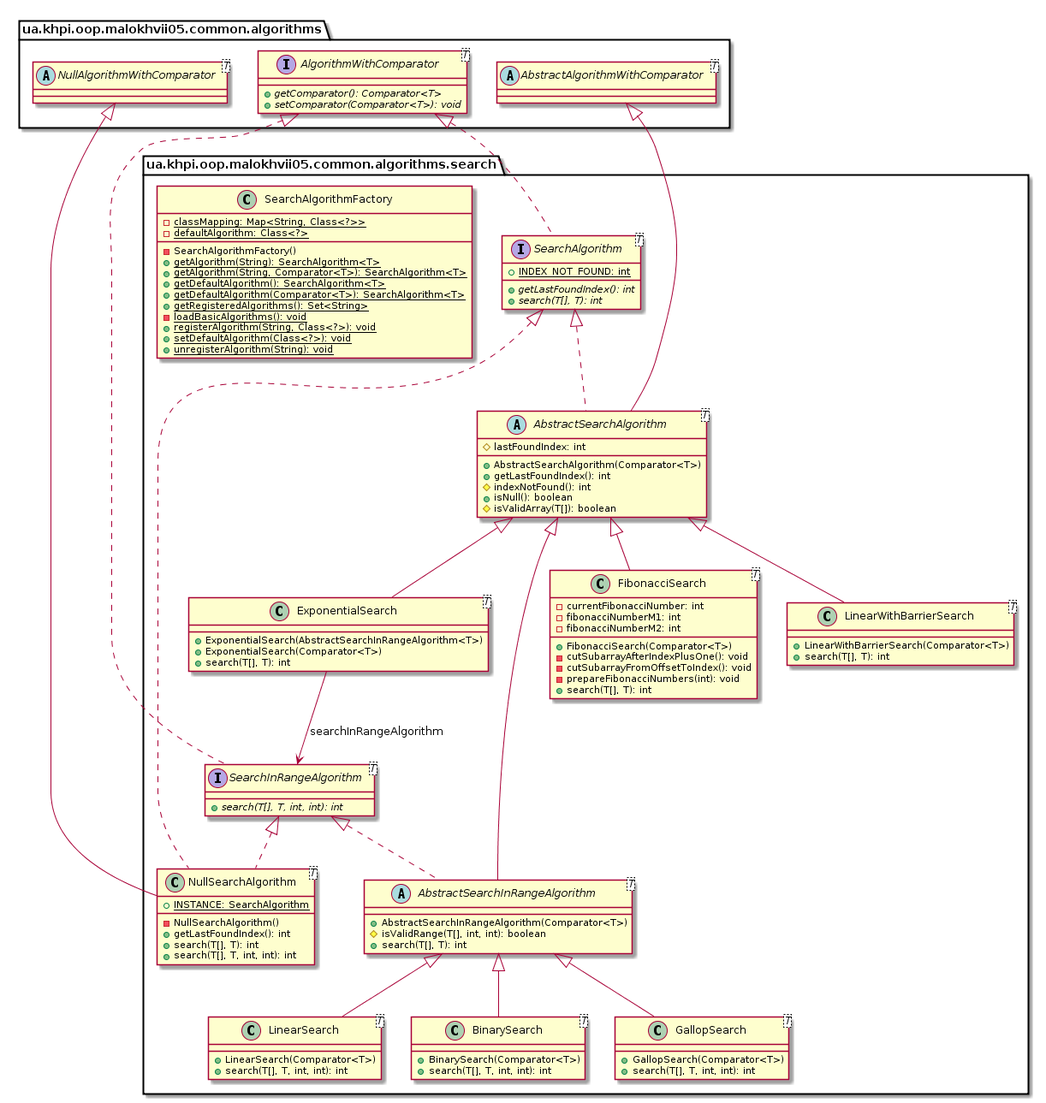
P-Kalin/kit26a keeps this PlantUML diagram as malokhvii-eduard/malokhvii05/doc/plantuml/png/ua.khpi.oop.malokhvii05.common.algorithms.search.package.png. Above is the earlier version.
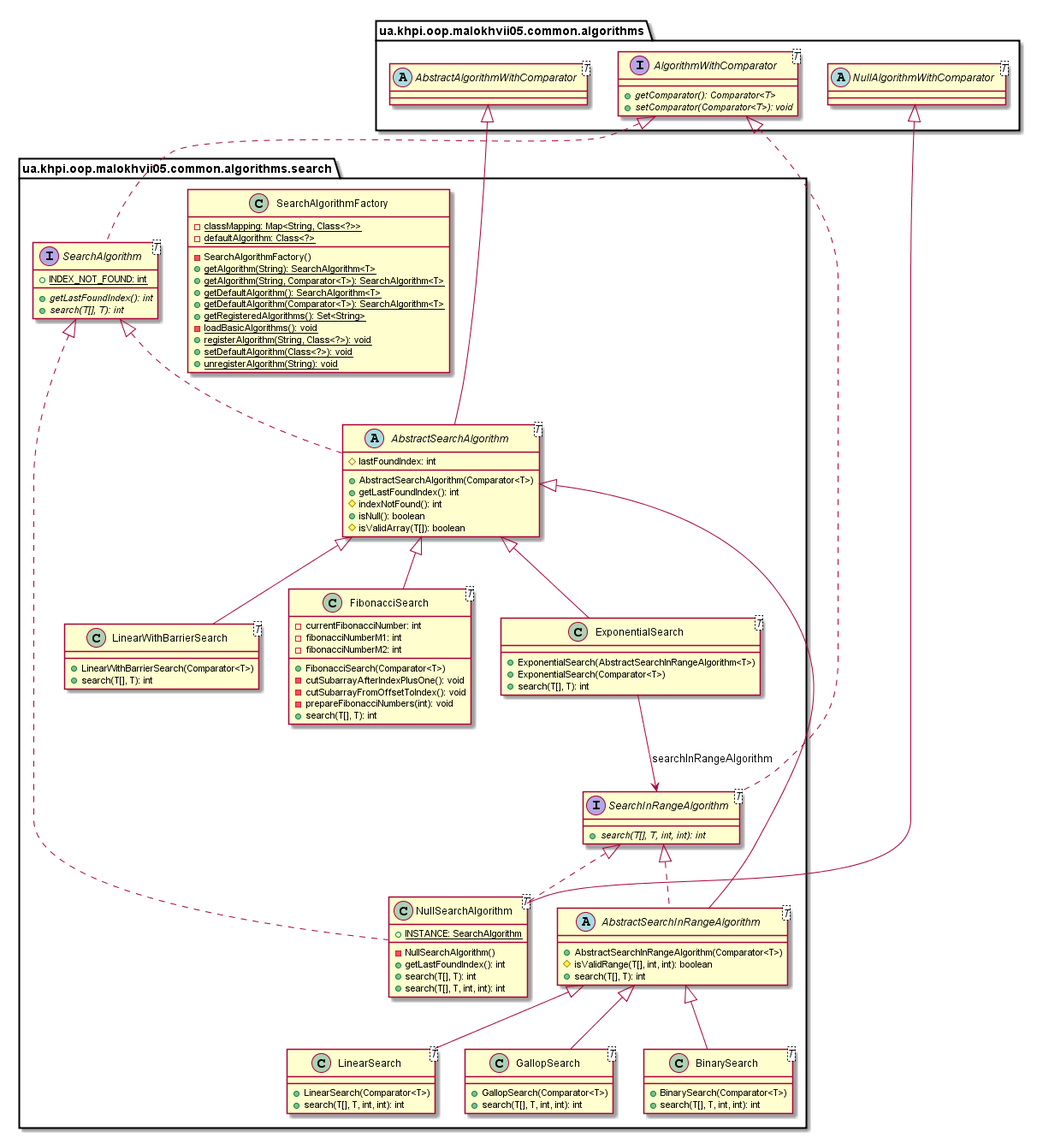
After the change.

The edit, as a diff of the source:
```diff
@@ -2,9 +2,29 @@
 
     namespace ua.khpi.oop.malokhvii05.common.algorithms.search {
 
-        class LinearSearch<T> {
-            +LinearSearch(Comparator<T>)
-            +search(T[], T, int, int): int
+        interface SearchInRangeAlgorithm<T> {
+            {abstract} +search(T[], T, int, int): int
+        }
+
+        class SearchAlgorithmFactory {
+            {static} -classMapping: Map<String, Class<?>>
+            {static} -defaultAlgorithm: Class<?>
+            -SearchAlgorithmFactory()
+            {static} +getAlgorithm(String): SearchAlgorithm<T>
+            {static} +getAlgorithm(String, Comparator<T>): SearchAlgorithm<T>
+            {static} +getDefaultAlgorithm(): SearchAlgorithm<T>
+            {static} +getDefaultAlgorithm(Comparator<T>): SearchAlgorithm<T>
+            {static} +getRegisteredAlgorithms(): Set<String>
+            {static} -loadBasicAlgorithms(): void
+            {static} +registerAlgorithm(String, Class<?>): void
+            {static} +setDefaultAlgorithm(Class<?>): void
+            {static} +unregisterAlgorithm(String): void
+        }
+
+        interface SearchAlgorithm<T> {
+            {static} +INDEX_NOT_FOUND: int
+            {abstract} +getLastFoundIndex(): int
+            {abstract} +search(T[], T): int
         }
 
         class NullSearchAlgorithm<T> {
@@ -15,19 +35,41 @@
             +search(T[], T, int, int): int
         }
 
-        interface SearchInRangeAlgorithm<T> {
-            {abstract} +search(T[], T, int, int): int
-        }
-
         class LinearWithBarrierSearch<T> {
             +LinearWithBarrierSearch(Comparator<T>)
             +search(T[], T): int
         }
 
-        interface SearchAlgorithm<T> {
-            {static} +INDEX_NOT_FOUND: int
-            {abstract} +getLastFoundIndex(): int
-            {abstract} +search(T[], T): int
+        class LinearSearch<T> {
+            +LinearSearch(Comparator<T>)
+            +search(T[], T, int, int): int
+        }
+
+        class GallopSearch<T> {
+            +GallopSearch(Comparator<T>)
+            +search(T[], T, int, int): int
+        }
+
+        class FibonacciSearch<T> {
+            -currentFibonacciNumber: int
+            -fibonacciNumberM1: int
+            -fibonacciNumberM2: int
+            +FibonacciSearch(Comparator<T>)
+            -cutSubarrayAfterIndexPlusOne(): void
+            -cutSubarrayFromOffsetToIndex(): void
+            -prepareFibonacciNumbers(int): void
+            +search(T[], T): int
+        }
+
+        class ExponentialSearch<T> {
+            +ExponentialSearch(AbstractSearchInRangeAlgorithm<T>)
+            +ExponentialSearch(Comparator<T>)
+            +search(T[], T): int
+        }
+
+        class BinarySearch<T> {
+            +BinarySearch(Comparator<T>)
+            +search(T[], T, int, int): int
         }
 
         abstract class AbstractSearchInRangeAlgorithm<T> {
@@ -45,49 +87,13 @@
             #isValidArray(T[]): boolean
         }
 
-        class SearchAlgorithmFactory {
-            {static} -classMapping: Map<String, Class<?>>
-            {static} -defaultAlgorithm: Class<?>
-            -SearchAlgorithmFactory()
-            {static} +getAlgorithm(String): SearchAlgorithm<T>
-            {static} +getAlgorithm(String, Comparator<T>): SearchAlgorithm<T>
-            {static} +getDefaultAlgorithm(): SearchAlgorithm<T>
-            {static} +getDefaultAlgorithm(Comparator<T>): SearchAlgorithm<T>
-            {static} +getRegisteredAlgorithms(): Set<String>
-            {static} -loadBasicAlgorithms(): void
-            {static} +registerAlgorithm(String, Class<?>): void
-            {static} +setDefaultAlgorithm(Class<?>): void
-            {static} +unregisterAlgorithm(String): void
+        interface ua.khpi.oop.malokhvii05.common.algorithms.AlgorithmWithComparator<T> {
+            {abstract} +getComparator(): Comparator<T>
+            {abstract} +setComparator(Comparator<T>): void
         }
+        ua.khpi.oop.malokhvii05.common.algorithms.AlgorithmWithComparator <|.. SearchInRangeAlgorithm
 
-        class BinarySearch<T> {
-            +BinarySearch(Comparator<T>)
-            +search(T[], T, int, int): int
-        }
-
-        class GallopSearch<T> {
-            +GallopSearch(Comparator<T>)
-            +search(T[], T, int, int): int
-        }
-
-        class ExponentialSearch<T> {
-            +ExponentialSearch(AbstractSearchInRangeAlgorithm<T>)
-            +ExponentialSearch(Comparator<T>)
-            +search(T[], T): int
-        }
-
-        class FibonacciSearch<T> {
-            -currentFibonacciNumber: int
-            -fibonacciNumberM1: int
-            -fibonacciNumberM2: int
-            +FibonacciSearch(Comparator<T>)
-            -cutSubarrayAfterIndexPlusOne(): void
-            -cutSubarrayFromOffsetToIndex(): void
-            -prepareFibonacciNumbers(int): void
-            +search(T[], T): int
-        }
-
-        AbstractSearchInRangeAlgorithm <|-- LinearSearch
+        ua.khpi.oop.malokhvii05.common.algorithms.AlgorithmWithComparator <|.. SearchAlgorithm
 
         abstract class ua.khpi.oop.malokhvii05.common.algorithms.NullAlgorithmWithComparator<T>
         ua.khpi.oop.malokhvii05.common.algorithms.NullAlgorithmWithComparator <|-- NullSearchAlgorithm
@@ -96,15 +102,17 @@
 
         SearchInRangeAlgorithm <|.. NullSearchAlgorithm
 
-        interface ua.khpi.oop.malokhvii05.common.algorithms.AlgorithmWithComparator<T> {
-            {abstract} +getComparator(): Comparator<T>
-            {abstract} +setComparator(Comparator<T>): void
-        }
-        ua.khpi.oop.malokhvii05.common.algorithms.AlgorithmWithComparator <|.. SearchInRangeAlgorithm
-
         AbstractSearchAlgorithm <|-- LinearWithBarrierSearch
 
-        ua.khpi.oop.malokhvii05.common.algorithms.AlgorithmWithComparator <|.. SearchAlgorithm
+        AbstractSearchInRangeAlgorithm <|-- LinearSearch
+
+        AbstractSearchInRangeAlgorithm <|-- GallopSearch
+
+        AbstractSearchAlgorithm <|-- FibonacciSearch
+
+        AbstractSearchAlgorithm <|-- ExponentialSearch
+
+        AbstractSearchInRangeAlgorithm <|-- BinarySearch
 
         AbstractSearchAlgorithm <|-- AbstractSearchInRangeAlgorithm
 
@@ -115,14 +123,6 @@
 
         SearchAlgorithm <|.. AbstractSearchAlgorithm
 
-        AbstractSearchInRangeAlgorithm <|-- BinarySearch
-
-        AbstractSearchInRangeAlgorithm <|-- GallopSearch
-
-        AbstractSearchAlgorithm <|-- ExponentialSearch
-
-        AbstractSearchAlgorithm <|-- FibonacciSearch
-
         ExponentialSearch --> SearchInRangeAlgorithm: searchInRangeAlgorithm
 
     }
```
